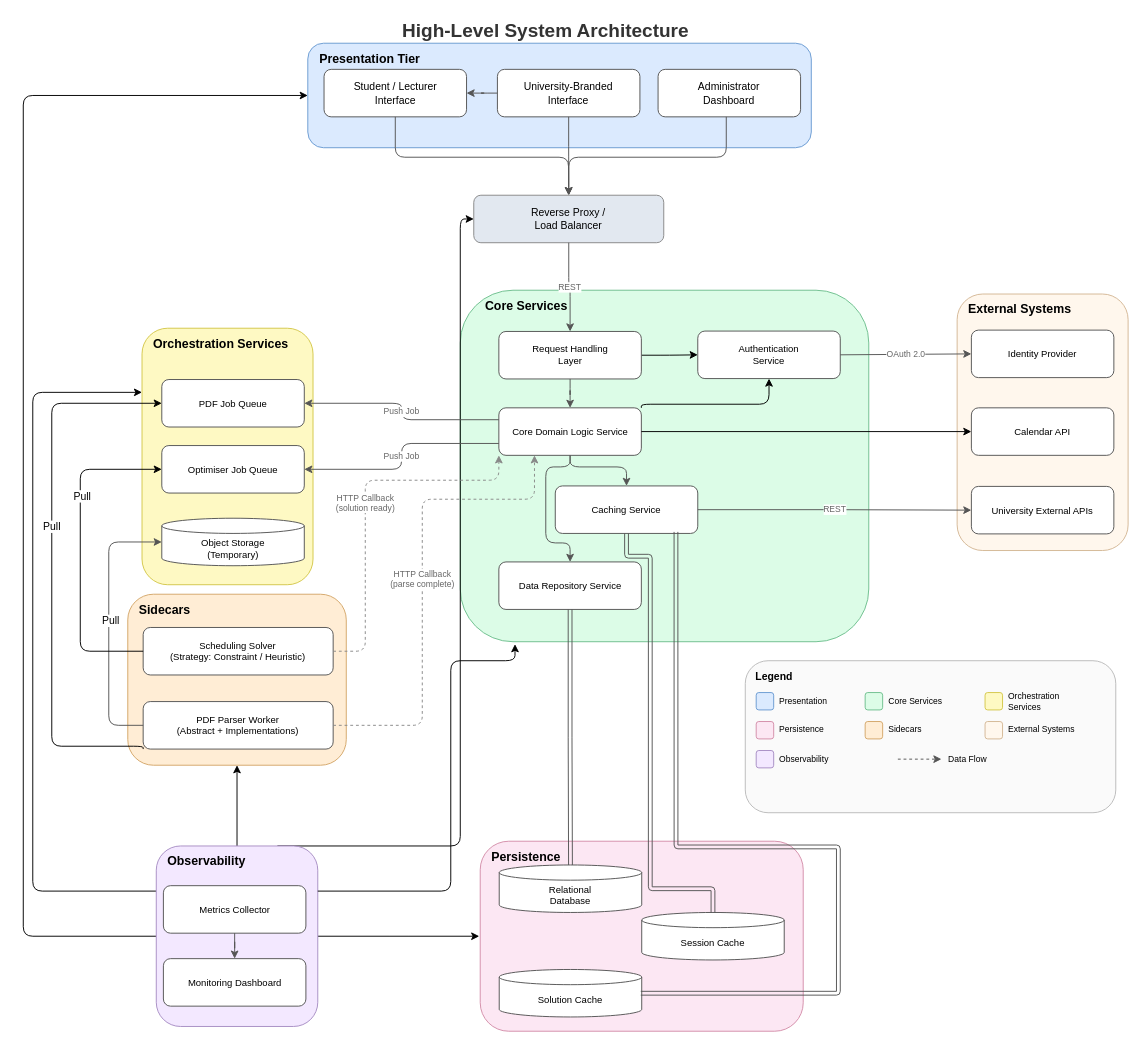
Earlier version of the draw.io diagram dev/diagrams/architecture/Architecture.drawio (COS301-SE-2026/UMTAS). Source tidied: cells renumbered, new cells numbered last; positions are measured from the earlier drawing's top-left corner, leaving out a move shared by most shapes. Both pictures are drawn from the tidied source at 95%, with x=0, y=0 at pixel (23, 16).
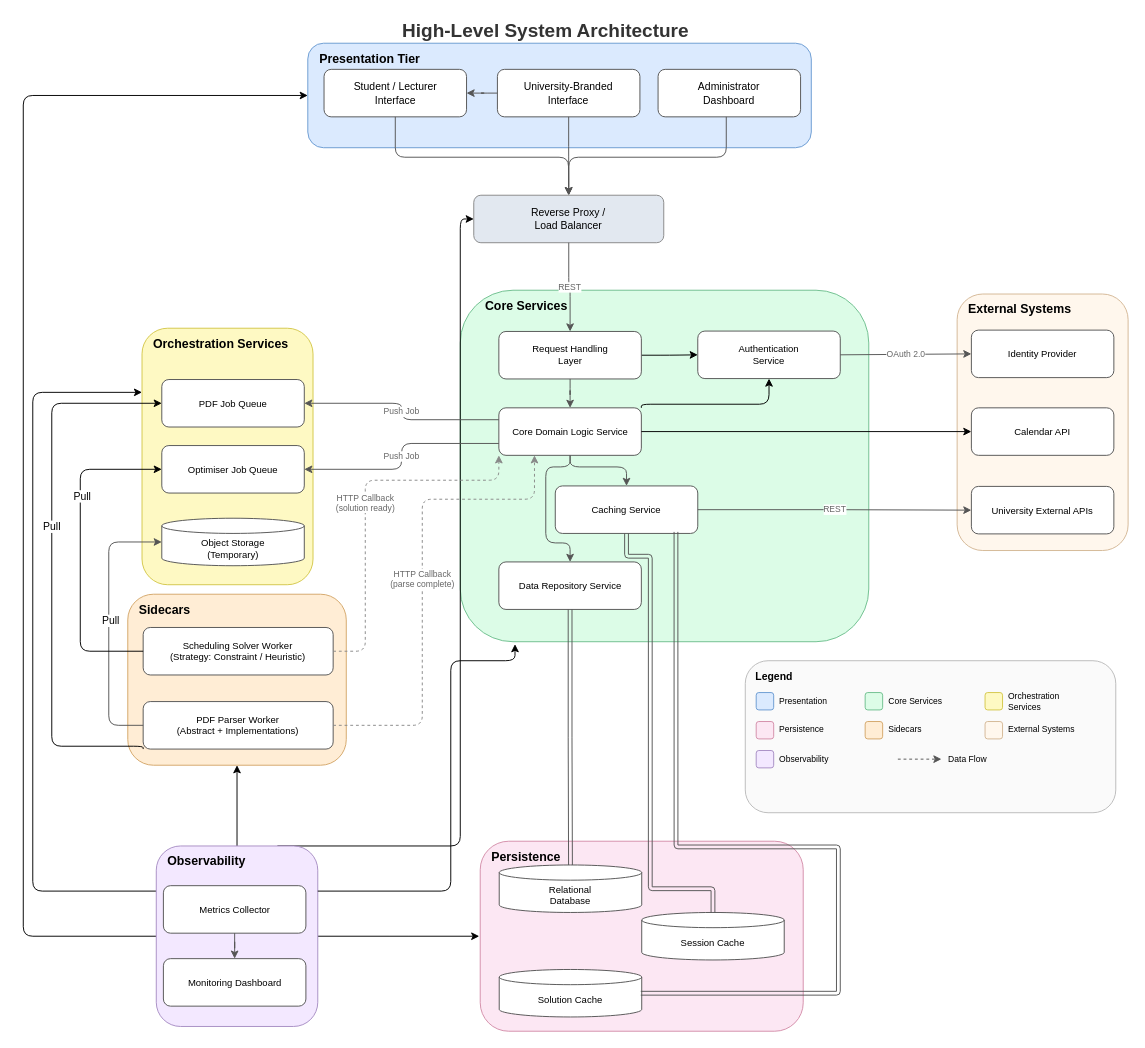
The same diagram, later.

The change refers to these unchanged cells:
```xml
<mxCell id="27" value="Sidecars" style="rounded=1;whiteSpace=wrap;html=1;fillColor=#ffedd5;strokeColor=#d4a76a;verticalAlign=top;fontStyle=1;fontSize=13;align=left;spacingLeft=10;spacingTop=2;" parent="1" vertex="1">
  <mxGeometry x="110" y="608" width="230" height="180" as="geometry" />
</mxCell>
```

What changed in the source:
```diff
@@
-    <mxCell id="28" value="Scheduling Solver&lt;br&gt;(Strategy: Constraint / Heuristic)" style="rounded=1;whiteSpace=wrap;html=1;fillColor=#ffffff;strokeColor=#555555;fontSize=10;" parent="27" vertex="1">
+    <mxCell id="28" value="Scheduling Solver Worker&lt;br&gt;(Strategy: Constraint / Heuristic)" style="rounded=1;whiteSpace=wrap;html=1;fillColor=#ffffff;strokeColor=#555555;fontSize=10;" parent="27" vertex="1">
       <mxGeometry x="16.2" y="35" width="200" height="50" as="geometry" />
     </mxCell>
```
